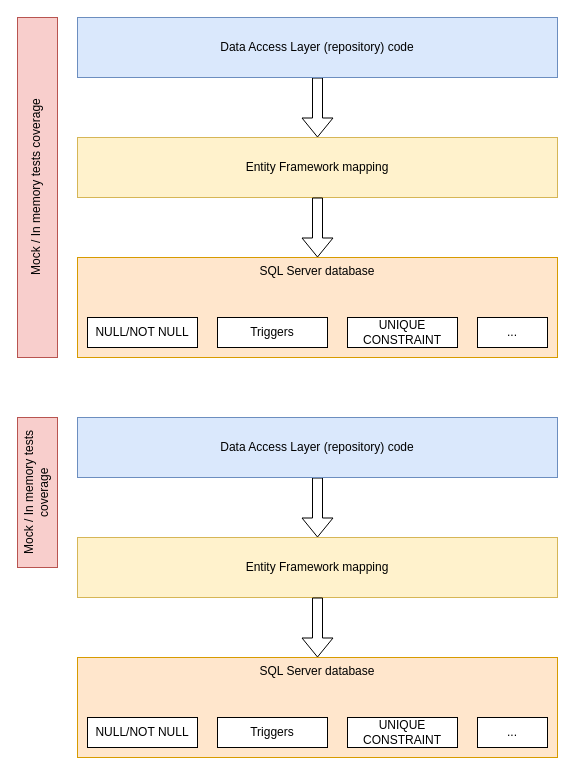
Above: docs/Schemas.drawio in PosInformatique/PosInformatique.Testing.Databases (draw.io), before the change. Source tidied: cells renumbered, new cells numbered last; positions are measured from the earlier drawing's top-left corner, leaving out a move shared by most shapes. Both pictures are drawn from the tidied source at 100%, with x=0, y=0 at pixel (17, 17).
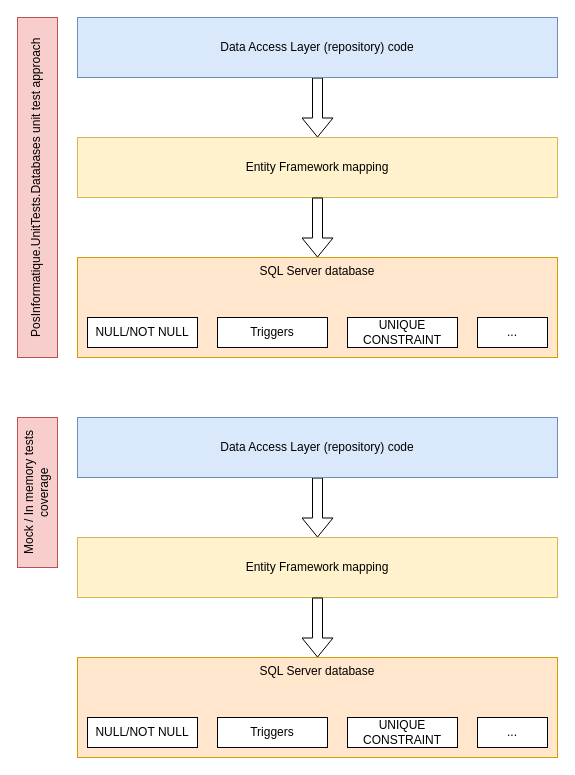
The same page after the edit.

Commit message (it also covers changes not shown here):
Fix document and schema

Change to the diagram source:
```diff
@@
-    <mxCell id="20" value="Mock / In memory tests coverage" style="rounded=0;whiteSpace=wrap;html=1;textDirection=vertical-rl;rotation=-180;fillColor=#f8cecc;strokeColor=#b85450;" parent="1" vertex="1">
+    <mxCell id="20" value="PosInformatique.UnitTests.Databases unit test approach" style="rounded=0;whiteSpace=wrap;html=1;textDirection=vertical-rl;rotation=-180;fillColor=#f8cecc;strokeColor=#b85450;" parent="1" vertex="1">
       <mxGeometry width="40" height="340" as="geometry" />
     </mxCell>
```
